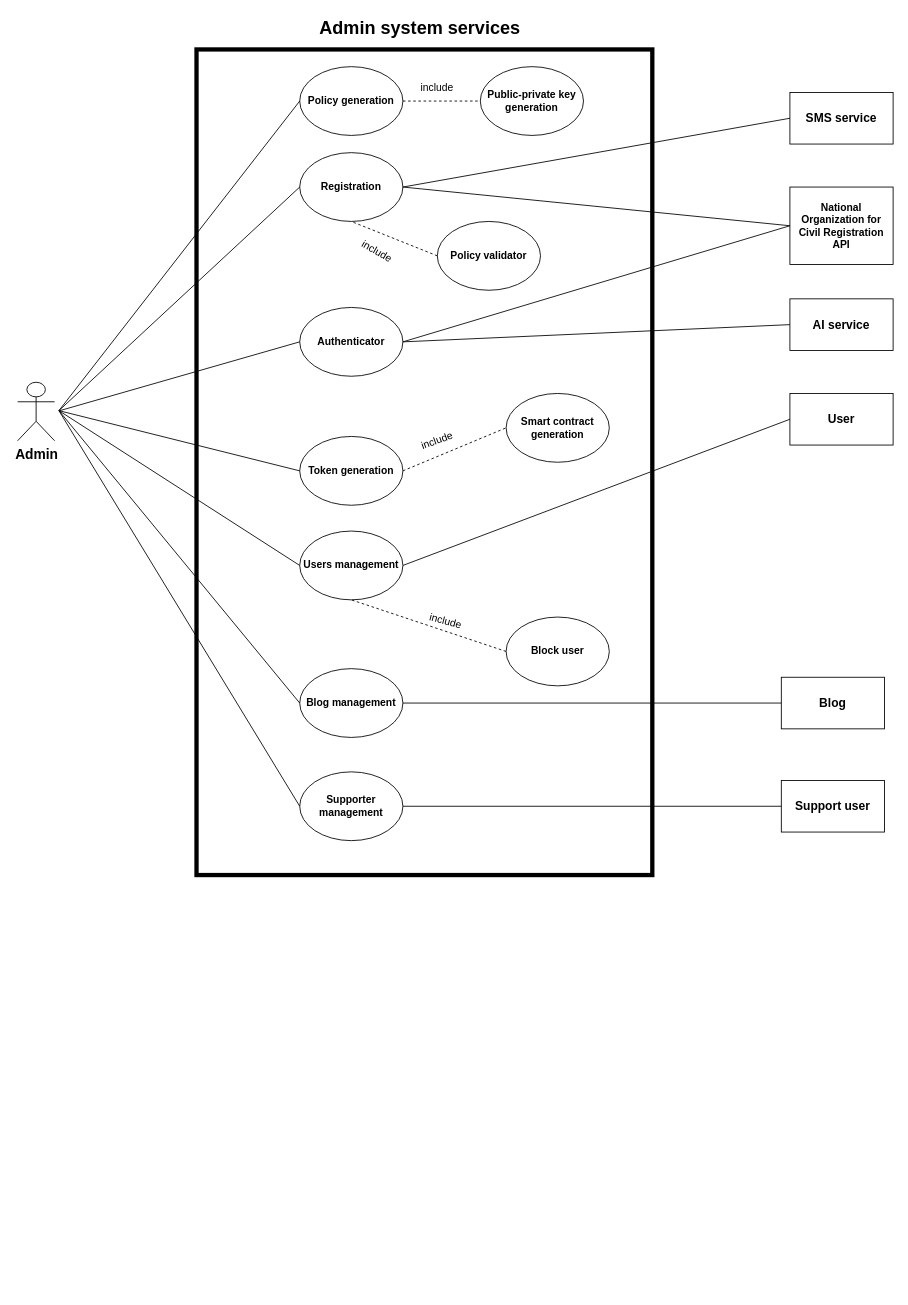
Above: use_case_diagrams/admin_system_services.drawio in 403-1-IUT-Software-Engineering-1/narmino (draw.io), before the change. Source tidied: cells renumbered, new cells numbered last; positions are measured from the earlier drawing's top-left corner, leaving out a move shared by most shapes. Both pictures are drawn from the tidied source at 86%, with x=0, y=0 at pixel (17, 15).
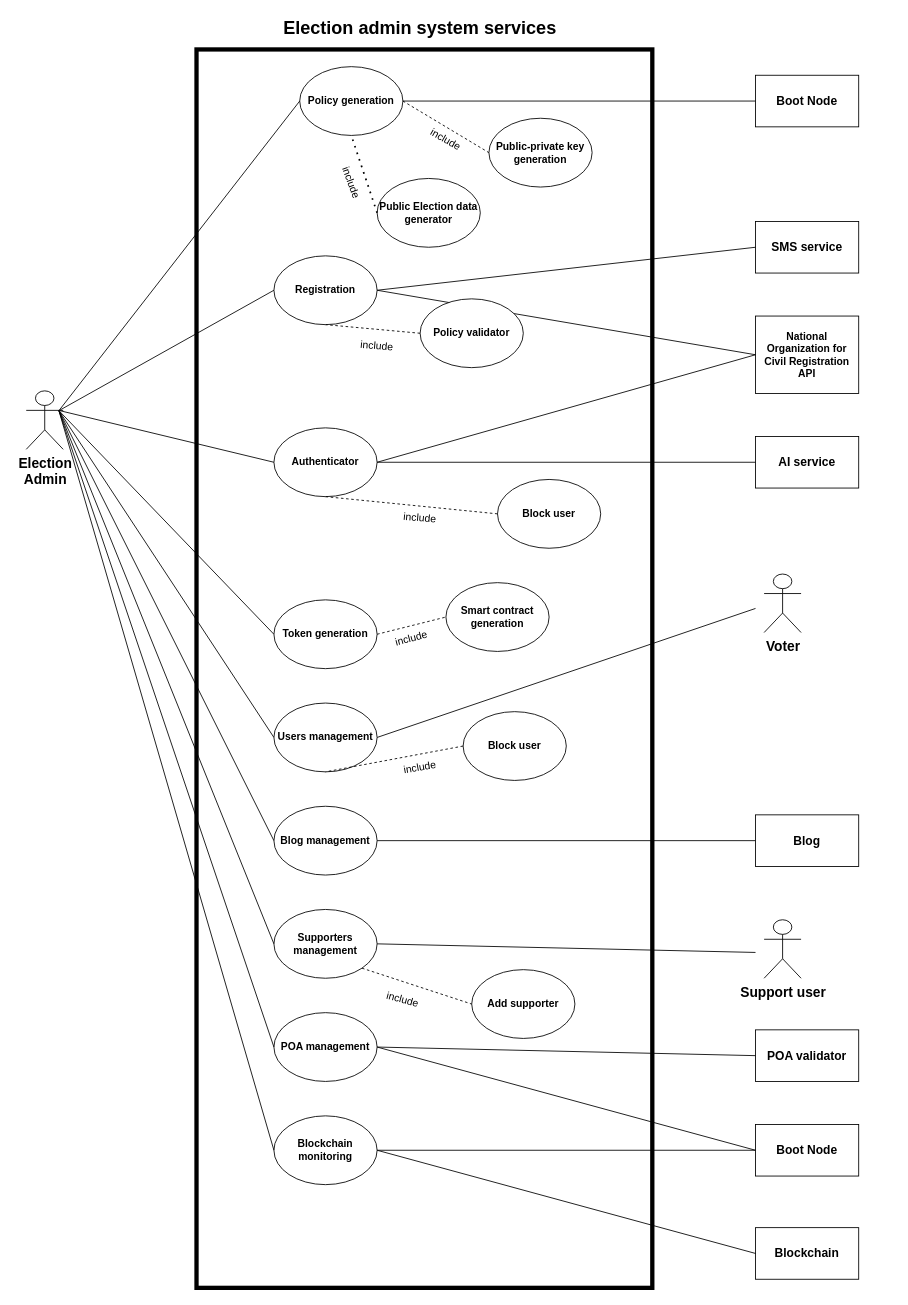
After the change.

Commit message (it also covers changes not shown here):
update use cases

Unchanged cells that the change refers to:
```xml
<mxCell id="12" value="&lt;b&gt;Policy generation&lt;/b&gt;" style="ellipse;whiteSpace=wrap;html=1;" parent="1" vertex="1">
  <mxGeometry x="328" y="60" width="120" height="80" as="geometry" />
</mxCell>
```

What changed in the source:
```diff
@@
     <mxCell id="2" style="rounded=0;whiteSpace=wrap;html=1;fillColor=none;strokeWidth=5;" parent="1" vertex="1">
-      <mxGeometry x="208" y="40" width="530" height="960" as="geometry" />
+      <mxGeometry x="208" y="40" width="530" height="1440" as="geometry" />
     </mxCell>
     <mxCell id="3" value="&lt;b&gt;Registration&lt;/b&gt;" style="ellipse;whiteSpace=wrap;html=1;" parent="1" vertex="1">
-      <mxGeometry x="328" y="160" width="120" height="80" as="geometry" />
+      <mxGeometry x="298" y="280" width="120" height="80" as="geometry" />
     </mxCell>
     <mxCell id="4" value="&lt;b&gt;Authenticator&lt;/b&gt;" style="ellipse;whiteSpace=wrap;html=1;" parent="1" vertex="1">
-      <mxGeometry x="328" y="340" width="120" height="80" as="geometry" />
+      <mxGeometry x="298" y="480" width="120" height="80" as="geometry" />
     </mxCell>
@@
-    <mxCell id="7" value="&lt;b&gt;&lt;font style=&quot;font-size: 16px;&quot;&gt;Admin&lt;/font&gt;&lt;/b&gt;" style="shape=umlActor;verticalLabelPosition=bottom;verticalAlign=top;html=1;" parent="1" vertex="1">
-      <mxGeometry y="427" width="43" height="68" as="geometry" />
+    <mxCell id="7" value="&lt;span style=&quot;font-size: 16px;&quot;&gt;&lt;b&gt;Voter&lt;/b&gt;&lt;/span&gt;" style="shape=umlActor;verticalLabelPosition=bottom;verticalAlign=top;html=1;" parent="1" vertex="1">
+      <mxGeometry x="868" y="650" width="43" height="68" as="geometry" />
     </mxCell>
-    <mxCell id="8" value="&lt;b&gt;&lt;font style=&quot;font-size: 21px;&quot;&gt;Admin system services&lt;/font&gt;&lt;/b&gt;" style="text;html=1;align=center;verticalAlign=middle;whiteSpace=wrap;rounded=0;" parent="1" vertex="1">
+    <mxCell id="8" value="&lt;b&gt;&lt;font style=&quot;font-size: 21px;&quot;&gt;Election admin system services&lt;/font&gt;&lt;/b&gt;" style="text;html=1;align=center;verticalAlign=middle;whiteSpace=wrap;rounded=0;" parent="1" vertex="1">
       <mxGeometry x="208" width="520" height="30" as="geometry" />
     </mxCell>
     <mxCell id="9" value="&lt;span class=&quot;fontstyle0&quot;&gt;&lt;b&gt;&lt;font style=&quot;font-size: 14px;&quot;&gt;SMS service&lt;/font&gt;&lt;/b&gt;&lt;/span&gt;" style="rounded=0;whiteSpace=wrap;html=1;" parent="1" vertex="1">
-      <mxGeometry x="898" y="90" width="120" height="60" as="geometry" />
+      <mxGeometry x="858" y="240" width="120" height="60" as="geometry" />
     </mxCell>
@@
     <mxCell id="11" value="&lt;table class=&quot;NormalTable&quot;&gt;&lt;tbody&gt;&lt;tr&gt;&lt;td width=&quot;108&quot;&gt;&lt;span class=&quot;fontstyle0&quot;&gt;&lt;b&gt;National Organization for Civil Registration API&lt;/b&gt;&lt;/span&gt;&lt;/td&gt;&lt;/tr&gt;&lt;/tbody&gt;&lt;/table&gt;" style="rounded=0;whiteSpace=wrap;html=1;" parent="1" vertex="1">
-      <mxGeometry x="898" y="200" width="120" height="90" as="geometry" />
+      <mxGeometry x="858" y="350" width="120" height="90" as="geometry" />
     </mxCell>
@@
     <mxCell id="15" value="&lt;b&gt;Policy validator&lt;/b&gt;" style="ellipse;whiteSpace=wrap;html=1;" parent="1" vertex="1">
-      <mxGeometry x="488" y="240" width="120" height="80" as="geometry" />
+      <mxGeometry x="468" y="330" width="120" height="80" as="geometry" />
     </mxCell>
@@
     <mxCell id="17" value="&lt;span class=&quot;fontstyle0&quot;&gt;&lt;b&gt;&lt;font style=&quot;font-size: 14px;&quot;&gt;AI service&lt;/font&gt;&lt;/b&gt;&lt;/span&gt;" style="rounded=0;whiteSpace=wrap;html=1;" parent="1" vertex="1">
-      <mxGeometry x="898" y="330" width="120" height="60" as="geometry" />
+      <mxGeometry x="858" y="490" width="120" height="60" as="geometry" />
     </mxCell>
@@
     <mxCell id="20" value="&lt;b&gt;Token generation&lt;/b&gt;" style="ellipse;whiteSpace=wrap;html=1;" parent="1" vertex="1">
-      <mxGeometry x="328" y="490" width="120" height="80" as="geometry" />
+      <mxGeometry x="298" y="680" width="120" height="80" as="geometry" />
     </mxCell>
     <mxCell id="21" value="&lt;b&gt;Smart contract generation&lt;/b&gt;" style="ellipse;whiteSpace=wrap;html=1;" parent="1" vertex="1">
-      <mxGeometry x="568" y="440" width="120" height="80" as="geometry" />
+      <mxGeometry x="498" y="660" width="120" height="80" as="geometry" />
     </mxCell>
@@
     <mxCell id="24" value="&lt;b&gt;Users management&lt;/b&gt;" style="ellipse;whiteSpace=wrap;html=1;" parent="1" vertex="1">
-      <mxGeometry x="328" y="600" width="120" height="80" as="geometry" />
+      <mxGeometry x="298" y="800" width="120" height="80" as="geometry" />
     </mxCell>
-    <mxCell id="25" value="&lt;span class=&quot;fontstyle0&quot;&gt;&lt;b&gt;&lt;font style=&quot;font-size: 14px;&quot;&gt;User&lt;/font&gt;&lt;/b&gt;&lt;/span&gt;" style="rounded=0;whiteSpace=wrap;html=1;" parent="1" vertex="1">
-      <mxGeometry x="898" y="440" width="120" height="60" as="geometry" />
-    </mxCell>
@@
-    <mxCell id="27" style="endArrow=none;html=1;rounded=0;exitX=1;exitY=0.5;exitDx=0;exitDy=0;entryX=0;entryY=0.5;entryDx=0;entryDy=0;" parent="1" edge="1" source="24" target="25">
-      <mxGeometry relative="1" as="geometry" />
+    <mxCell id="27" style="endArrow=none;html=1;rounded=0;exitX=1;exitY=0.5;exitDx=0;exitDy=0;entryX=0;entryY=0.5;entryDx=0;entryDy=0;" parent="1" edge="1" source="24">
+      <mxGeometry relative="1" as="geometry">
+        <mxPoint x="858" y="690" as="targetPoint" />
+      </mxGeometry>
     </mxCell>
     <mxCell id="28" value="&lt;b&gt;Block user&lt;/b&gt;" style="ellipse;whiteSpace=wrap;html=1;" parent="1" vertex="1">
-      <mxGeometry x="568" y="700" width="120" height="80" as="geometry" />
+      <mxGeometry x="518" y="810" width="120" height="80" as="geometry" />
     </mxCell>
@@
     <mxCell id="30" value="&lt;b&gt;Blog management&lt;/b&gt;" style="ellipse;whiteSpace=wrap;html=1;" parent="1" vertex="1">
-      <mxGeometry x="328" y="760" width="120" height="80" as="geometry" />
+      <mxGeometry x="298" y="920" width="120" height="80" as="geometry" />
     </mxCell>
-    <mxCell id="31" value="&lt;b&gt;Supporter management&lt;/b&gt;" style="ellipse;whiteSpace=wrap;html=1;" parent="1" vertex="1">
-      <mxGeometry x="328" y="880" width="120" height="80" as="geometry" />
+    <mxCell id="31" value="&lt;b&gt;Supporters management&lt;/b&gt;" style="ellipse;whiteSpace=wrap;html=1;" parent="1" vertex="1">
+      <mxGeometry x="298" y="1040" width="120" height="80" as="geometry" />
     </mxCell>
@@
     <mxCell id="34" value="&lt;span class=&quot;fontstyle0&quot;&gt;&lt;b&gt;&lt;font style=&quot;font-size: 14px;&quot;&gt;Blog&lt;/font&gt;&lt;/b&gt;&lt;/span&gt;" style="rounded=0;whiteSpace=wrap;html=1;" parent="1" vertex="1">
-      <mxGeometry x="888" y="770" width="120" height="60" as="geometry" />
+      <mxGeometry x="858" y="930" width="120" height="60" as="geometry" />
     </mxCell>
-    <mxCell id="35" value="&lt;span class=&quot;fontstyle0&quot;&gt;&lt;b&gt;&lt;font style=&quot;font-size: 14px;&quot;&gt;Support user&lt;/font&gt;&lt;/b&gt;&lt;/span&gt;" style="rounded=0;whiteSpace=wrap;html=1;" parent="1" vertex="1">
-      <mxGeometry x="888" y="890" width="120" height="60" as="geometry" />
-    </mxCell>
@@
-    <mxCell id="37" style="endArrow=none;html=1;rounded=0;exitX=1;exitY=0.5;exitDx=0;exitDy=0;entryX=0;entryY=0.5;entryDx=0;entryDy=0;" parent="1" edge="1" source="31" target="35">
-      <mxGeometry relative="1" as="geometry" />
+    <mxCell id="37" style="endArrow=none;html=1;rounded=0;exitX=1;exitY=0.5;exitDx=0;exitDy=0;entryX=0;entryY=0.5;entryDx=0;entryDy=0;" parent="1" edge="1" source="31">
+      <mxGeometry relative="1" as="geometry">
+        <mxPoint x="858" y="1090" as="targetPoint" />
+      </mxGeometry>
     </mxCell>
     <mxCell id="38" value="&lt;b&gt;Public-private key generation&lt;/b&gt;" style="ellipse;whiteSpace=wrap;html=1;" parent="1" vertex="1">
-      <mxGeometry x="538" y="60" width="120" height="80" as="geometry" />
+      <mxGeometry x="548" y="120" width="120" height="80" as="geometry" />
     </mxCell>
@@
-    <mxCell id="40" value="include" style="text;html=1;align=center;verticalAlign=middle;whiteSpace=wrap;rounded=0;" parent="1" vertex="1">
-      <mxGeometry x="458" y="70" width="60" height="30" as="geometry" />
+    <mxCell id="40" value="include" style="text;html=1;align=center;verticalAlign=middle;whiteSpace=wrap;rounded=0;rotation=30;" parent="1" vertex="1">
+      <mxGeometry x="468" y="130" width="60" height="30" as="geometry" />
     </mxCell>
-    <mxCell id="41" value="include" style="text;html=1;align=center;verticalAlign=middle;whiteSpace=wrap;rounded=0;rotation=30;" parent="1" vertex="1">
-      <mxGeometry x="388" y="260" width="60" height="30" as="geometry" />
+    <mxCell id="41" value="include" style="text;html=1;align=center;verticalAlign=middle;whiteSpace=wrap;rounded=0;rotation=5;" parent="1" vertex="1">
+      <mxGeometry x="388" y="370" width="60" height="30" as="geometry" />
     </mxCell>
-    <mxCell id="42" value="include" style="text;html=1;align=center;verticalAlign=middle;whiteSpace=wrap;rounded=0;rotation=-20;" parent="1" vertex="1">
-      <mxGeometry x="458" y="480" width="60" height="30" as="geometry" />
+    <mxCell id="42" value="include" style="text;html=1;align=center;verticalAlign=middle;whiteSpace=wrap;rounded=0;rotation=-15;" parent="1" vertex="1">
+      <mxGeometry x="428" y="710" width="60" height="30" as="geometry" />
     </mxCell>
-    <mxCell id="43" value="include" style="text;html=1;align=center;verticalAlign=middle;whiteSpace=wrap;rounded=0;rotation=15;" parent="1" vertex="1">
-      <mxGeometry x="468" y="690" width="60" height="30" as="geometry" />
+    <mxCell id="43" value="include" style="text;html=1;align=center;verticalAlign=middle;whiteSpace=wrap;rounded=0;rotation=-10;" parent="1" vertex="1">
+      <mxGeometry x="438" y="860" width="60" height="30" as="geometry" />
     </mxCell>
+    <mxCell id="44" value="&lt;b&gt;POA management&lt;/b&gt;" style="ellipse;whiteSpace=wrap;html=1;" parent="1" vertex="1">
+      <mxGeometry x="298" y="1160" width="120" height="80" as="geometry" />
+    </mxCell>
+    <mxCell id="45" value="&lt;span class=&quot;fontstyle0&quot;&gt;&lt;b&gt;&lt;font style=&quot;font-size: 14px;&quot;&gt;POA validator&lt;/font&gt;&lt;/b&gt;&lt;/span&gt;" style="rounded=0;whiteSpace=wrap;html=1;" parent="1" vertex="1">
+      <mxGeometry x="858" y="1180" width="120" height="60" as="geometry" />
+    </mxCell>
+    <mxCell id="46" style="endArrow=none;html=1;rounded=0;exitX=1;exitY=0.5;exitDx=0;exitDy=0;entryX=0;entryY=0.5;entryDx=0;entryDy=0;" parent="1" edge="1" source="44" target="45">
+      <mxGeometry relative="1" as="geometry" />
+    </mxCell>
+    <mxCell id="47" value="&lt;span class=&quot;fontstyle0&quot;&gt;&lt;b&gt;&lt;font style=&quot;font-size: 14px;&quot;&gt;Boot Node&lt;/font&gt;&lt;/b&gt;&lt;/span&gt;" style="rounded=0;whiteSpace=wrap;html=1;" parent="1" vertex="1">
+      <mxGeometry x="858" y="1290" width="120" height="60" as="geometry" />
+    </mxCell>
+    <mxCell id="48" value="&lt;b&gt;Blockchain monitoring&lt;/b&gt;" style="ellipse;whiteSpace=wrap;html=1;" parent="1" vertex="1">
+      <mxGeometry x="298" y="1280" width="120" height="80" as="geometry" />
+    </mxCell>
+    <mxCell id="49" value="&lt;span class=&quot;fontstyle0&quot;&gt;&lt;b&gt;&lt;font style=&quot;font-size: 14px;&quot;&gt;Blockchain&lt;/font&gt;&lt;/b&gt;&lt;/span&gt;" style="rounded=0;whiteSpace=wrap;html=1;" parent="1" vertex="1">
+      <mxGeometry x="858" y="1410" width="120" height="60" as="geometry" />
+    </mxCell>
+    <mxCell id="50" style="endArrow=none;html=1;rounded=0;exitX=1;exitY=0.5;exitDx=0;exitDy=0;entryX=0;entryY=0.5;entryDx=0;entryDy=0;" parent="1" edge="1" source="48" target="49">
+      <mxGeometry relative="1" as="geometry" />
+    </mxCell>
+    <mxCell id="51" style="endArrow=none;html=1;rounded=0;exitX=0;exitY=0.5;exitDx=0;exitDy=0;" parent="1" edge="1" source="44">
+      <mxGeometry relative="1" as="geometry">
+        <mxPoint x="48" y="460" as="targetPoint" />
+      </mxGeometry>
+    </mxCell>
+    <mxCell id="52" style="endArrow=none;html=1;rounded=0;exitX=0;exitY=0.5;exitDx=0;exitDy=0;" parent="1" edge="1" source="48">
+      <mxGeometry relative="1" as="geometry">
+        <mxPoint x="48" y="460" as="targetPoint" />
+      </mxGeometry>
+    </mxCell>
+    <mxCell id="53" value="&lt;b&gt;Block user&lt;/b&gt;" style="ellipse;whiteSpace=wrap;html=1;" parent="1" vertex="1">
+      <mxGeometry x="558" y="540" width="120" height="80" as="geometry" />
+    </mxCell>
+    <mxCell id="54" style="endArrow=none;dashed=1;html=1;rounded=0;entryX=0;entryY=0.5;entryDx=0;entryDy=0;exitX=0.5;exitY=1;exitDx=0;exitDy=0;" parent="1" edge="1" source="4" target="53">
+      <mxGeometry relative="1" as="geometry" />
+    </mxCell>
+    <mxCell id="55" value="&lt;b&gt;Public Election data generator&lt;/b&gt;" style="ellipse;whiteSpace=wrap;html=1;" parent="1" vertex="1">
+      <mxGeometry x="418" y="190" width="120" height="80" as="geometry" />
+    </mxCell>
+    <mxCell id="56" style="endArrow=none;dashed=1;html=1;dashPattern=1 3;strokeWidth=2;rounded=0;entryX=0.5;entryY=1;entryDx=0;entryDy=0;exitX=0;exitY=0.5;exitDx=0;exitDy=0;" parent="1" edge="1" source="55" target="12">
+      <mxGeometry relative="1" as="geometry" />
+    </mxCell>
+    <mxCell id="57" value="&lt;span class=&quot;fontstyle0&quot;&gt;&lt;b&gt;&lt;font style=&quot;font-size: 14px;&quot;&gt;Boot Node&lt;/font&gt;&lt;/b&gt;&lt;/span&gt;" style="rounded=0;whiteSpace=wrap;html=1;" parent="1" vertex="1">
+      <mxGeometry x="858" y="70" width="120" height="60" as="geometry" />
+    </mxCell>
+    <mxCell id="58" style="endArrow=none;html=1;rounded=0;entryX=0;entryY=0.5;entryDx=0;entryDy=0;exitX=1;exitY=0.5;exitDx=0;exitDy=0;" parent="1" edge="1" source="12" target="57">
+      <mxGeometry relative="1" as="geometry" />
+    </mxCell>
+    <mxCell id="59" value="include" style="text;html=1;align=center;verticalAlign=middle;whiteSpace=wrap;rounded=0;rotation=70;" parent="1" vertex="1">
+      <mxGeometry x="358" y="180" width="60" height="30" as="geometry" />
+    </mxCell>
+    <mxCell id="60" value="include" style="text;html=1;align=center;verticalAlign=middle;whiteSpace=wrap;rounded=0;rotation=5;" parent="1" vertex="1">
+      <mxGeometry x="438" y="570" width="60" height="30" as="geometry" />
+    </mxCell>
+    <mxCell id="61" style="endArrow=none;html=1;rounded=0;entryX=0;entryY=0.5;entryDx=0;entryDy=0;exitX=1;exitY=0.5;exitDx=0;exitDy=0;" parent="1" edge="1" source="48" target="47">
+      <mxGeometry relative="1" as="geometry" />
+    </mxCell>
+    <mxCell id="62" style="endArrow=none;html=1;rounded=0;entryX=0;entryY=0.5;entryDx=0;entryDy=0;exitX=1;exitY=0.5;exitDx=0;exitDy=0;" parent="1" edge="1" source="44" target="47">
+      <mxGeometry relative="1" as="geometry" />
+    </mxCell>
+    <mxCell id="63" value="&lt;b&gt;Add supporter&lt;/b&gt;" style="ellipse;whiteSpace=wrap;html=1;" parent="1" vertex="1">
+      <mxGeometry x="528" y="1110" width="120" height="80" as="geometry" />
+    </mxCell>
+    <mxCell id="64" style="endArrow=none;dashed=1;html=1;rounded=0;entryX=0;entryY=0.5;entryDx=0;entryDy=0;exitX=1;exitY=1;exitDx=0;exitDy=0;" parent="1" edge="1" source="31" target="63">
+      <mxGeometry relative="1" as="geometry" />
+    </mxCell>
+    <mxCell id="65" value="include" style="text;html=1;align=center;verticalAlign=middle;whiteSpace=wrap;rounded=0;rotation=15;" parent="1" vertex="1">
+      <mxGeometry x="418" y="1130" width="60" height="30" as="geometry" />
+    </mxCell>
+    <mxCell id="66" value="&lt;b&gt;&lt;font style=&quot;font-size: 16px;&quot;&gt;Election&lt;/font&gt;&lt;/b&gt;&lt;div&gt;&lt;b&gt;&lt;font style=&quot;font-size: 16px;&quot;&gt;Admin&lt;/font&gt;&lt;/b&gt;&lt;/div&gt;" style="shape=umlActor;verticalLabelPosition=bottom;verticalAlign=top;html=1;" parent="1" vertex="1">
+      <mxGeometry x="10" y="437" width="43" height="68" as="geometry" />
+    </mxCell>
+    <mxCell id="35" value="&lt;span style=&quot;font-size: 16px;&quot;&gt;&lt;b&gt;Support user&lt;/b&gt;&lt;/span&gt;" style="shape=umlActor;verticalLabelPosition=bottom;verticalAlign=top;html=1;outlineConnect=0;" parent="1" vertex="1">
+      <mxGeometry x="868" y="1052" width="43" height="68" as="geometry" />
+    </mxCell>
```
